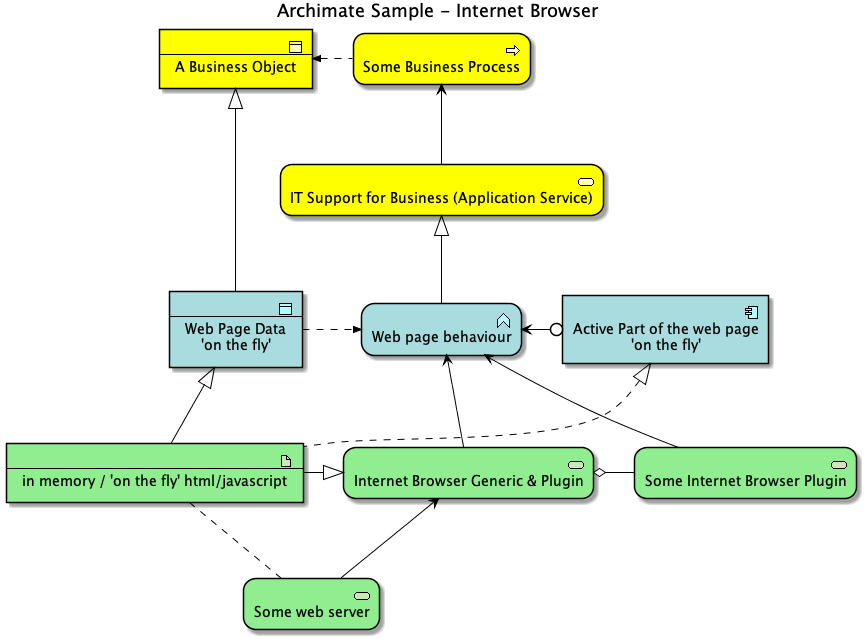
tooh/tooh.github.io keeps this PlantUML diagram as images/0f7f4ebd.png. Above is the earlier version. Source of this version:
```plantuml
@startuml


skinparam defaultTextAlignment center
skinparam wrapWidth 400
skinparam maxMessageSize 150
skinparam StereotypeAlignment right

skinparam Arrow {
    Color #000000
    FontColor #000000
    FontSize 12
}
skinparam Folder<<grouping>> {
    Shadowing true
    StereotypeFontSize 0
    FontColor #444444
    BorderColor #444444
    BorderStyle dashed
}
skinparam Folder<<group>> {
    Shadowing true
    StereotypeFontSize 0
    FontColor #444444
    BackgroundColor lightgrey
}
skinparam rectangle<<boundary>> {
    Shadowing false
    StereotypeFontSize 0
    FontColor #444444
    BorderColor #444444
    BorderStyle dashed
}
skinparam node {
  StereotypeAlignment right
}
skinparam cloud {
  StereotypeAlignment right
}
skinparam frame {
  StereotypeAlignment right
}
skinparam archimate {
  StereotypeAlignment right
  RoundCorner<<strategy-capability>> 25
  RoundCorner<<strategy-course-of-action>> 25
  RoundCorner<<business-process>> 25
  RoundCorner<<business-function>> 25
  RoundCorner<<business-interaction>> 25
  RoundCorner<<business-event>> 25
  RoundCorner<<business-service>> 25
  RoundCorner<<application-function>> 25
  RoundCorner<<application-interaction>> 25
  RoundCorner<<application-process>> 25
  RoundCorner<<application-event>> 25
  RoundCorner<<application-service>> 25
  RoundCorner<<technology-function>> 25
  RoundCorner<<technology-process>> 25
  RoundCorner<<technology-interaction>> 25
  RoundCorner<<technology-event>> 25
  RoundCorner<<technology-infra-service>> 25
  RoundCorner<<implementation-workpackage>> 25
  RoundCorner<<implementation-event>> 25
  DiagonalCorner<<motivation-stakeholder>> 12
  DiagonalCorner<<motivation-driver>> 12
  DiagonalCorner<<motivation-assessment>> 12
  DiagonalCorner<<motivation-goal>> 12
  DiagonalCorner<<motivation-outcome>> 12
  DiagonalCorner<<motivation-principle>> 12
  DiagonalCorner<<motivation-requirement>> 12
  DiagonalCorner<<motivation-constraint>> 12
}
skinparam usecase {
  BorderColor #000000
}


























title Archimate Sample - Internet Browser
archimate #BUSINESS "---\n A Business Object" <<business-object>> as businessObject
archimate #BUSINESS "Some Business Process" <<business-process>> as someBusinessProcess
archimate #BUSINESS "IT Support for Business (Application Service)" <<business-service>> as itSupportService
archimate #APPLICATION "---\n Web Page Data \n 'on the fly'" <<application-data-object>> as dataObject
archimate #APPLICATION "Web page behaviour" <<application-function>> as webpageBehaviour
archimate #APPLICATION "Active Part of the web page \n 'on the fly'" <<application-component>> as ActivePartWebPage
archimate #TECHNOLOGY "---\n in memory / 'on the fly' html/javascript" <<technology-artifact>> as inMemoryItem
archimate #TECHNOLOGY "Internet Browser Generic & Plugin" <<technology-infra-service>> as internetBrowser
archimate #TECHNOLOGY "Some Internet Browser Plugin" <<technology-infra-service>> as internetBrowserPlugin
archimate #TECHNOLOGY "Some web server" <<technology-infra-service>> as webServer
someBusinessProcess .LEFT.>> businessObject : ""
itSupportService -UP-> someBusinessProcess : ""
webpageBehaviour -UP-|> itSupportService : ""
dataObject .RIGHT.>> webpageBehaviour : ""
dataObject -UP-|> businessObject : ""
ActivePartWebPage 0-LEFT-> webpageBehaviour : ""
inMemoryItem -UP-|> dataObject : ""
inMemoryItem .UP.|> ActivePartWebPage : ""
inMemoryItem -RIGHT-|> internetBrowser : ""
internetBrowser -UP-> webpageBehaviour : ""
internetBrowserPlugin -UP-> webpageBehaviour : ""
internetBrowser o-RIGHT- internetBrowserPlugin : ""
webServer .UP. inMemoryItem : ""
webServer -UP-> internetBrowser : ""
@enduml
```
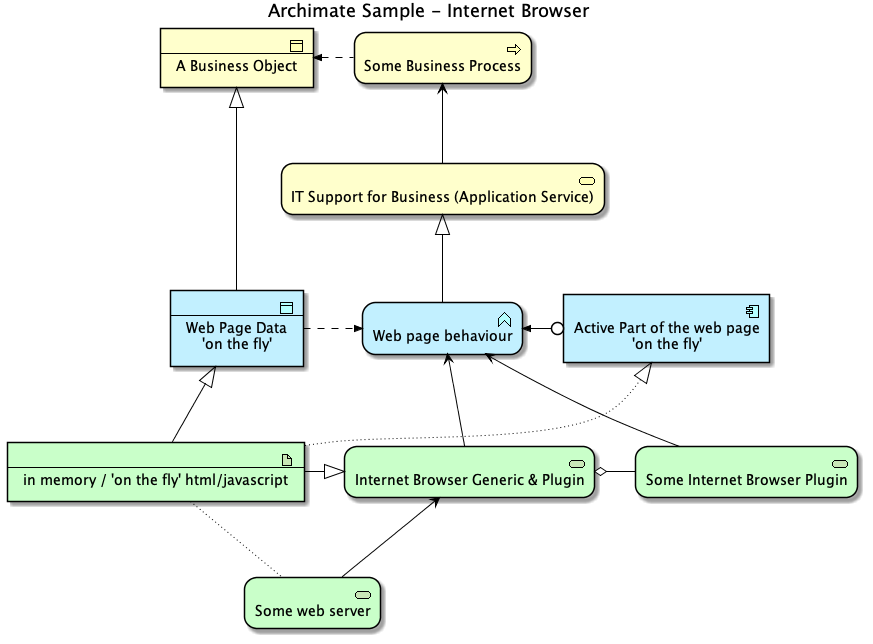
Above is the later version.

What changed in the source:
```diff
@@ -1,127 +1,28 @@
 @startuml
-
-
-skinparam defaultTextAlignment center
-skinparam wrapWidth 400
-skinparam maxMessageSize 150
-skinparam StereotypeAlignment right
-
-skinparam Arrow {
-    Color #000000
-    FontColor #000000
-    FontSize 12
-}
-skinparam Folder<<grouping>> {
-    Shadowing true
-    StereotypeFontSize 0
-    FontColor #444444
-    BorderColor #444444
-    BorderStyle dashed
-}
-skinparam Folder<<group>> {
-    Shadowing true
-    StereotypeFontSize 0
-    FontColor #444444
-    BackgroundColor lightgrey
-}
-skinparam rectangle<<boundary>> {
-    Shadowing false
-    StereotypeFontSize 0
-    FontColor #444444
-    BorderColor #444444
-    BorderStyle dashed
-}
-skinparam node {
-  StereotypeAlignment right
-}
-skinparam cloud {
-  StereotypeAlignment right
-}
-skinparam frame {
-  StereotypeAlignment right
-}
-skinparam archimate {
-  StereotypeAlignment right
-  RoundCorner<<strategy-capability>> 25
-  RoundCorner<<strategy-course-of-action>> 25
-  RoundCorner<<business-process>> 25
-  RoundCorner<<business-function>> 25
-  RoundCorner<<business-interaction>> 25
-  RoundCorner<<business-event>> 25
-  RoundCorner<<business-service>> 25
-  RoundCorner<<application-function>> 25
-  RoundCorner<<application-interaction>> 25
-  RoundCorner<<application-process>> 25
-  RoundCorner<<application-event>> 25
-  RoundCorner<<application-service>> 25
-  RoundCorner<<technology-function>> 25
-  RoundCorner<<technology-process>> 25
-  RoundCorner<<technology-interaction>> 25
-  RoundCorner<<technology-event>> 25
-  RoundCorner<<technology-infra-service>> 25
-  RoundCorner<<implementation-workpackage>> 25
-  RoundCorner<<implementation-event>> 25
-  DiagonalCorner<<motivation-stakeholder>> 12
-  DiagonalCorner<<motivation-driver>> 12
-  DiagonalCorner<<motivation-assessment>> 12
-  DiagonalCorner<<motivation-goal>> 12
-  DiagonalCorner<<motivation-outcome>> 12
-  DiagonalCorner<<motivation-principle>> 12
-  DiagonalCorner<<motivation-requirement>> 12
-  DiagonalCorner<<motivation-constraint>> 12
-}
-skinparam usecase {
-  BorderColor #000000
-}
-
-
-
-
-
-
-
-
-
-
-
-
-
-
-
-
-
-
-
-
-
-
-
-
-
-
+!includeurl https://raw.githubusercontent.com/ebbypeter/Archimate-PlantUML/master/Archimate.puml
 title Archimate Sample - Internet Browser
-archimate #BUSINESS "---\n A Business Object" <<business-object>> as businessObject
-archimate #BUSINESS "Some Business Process" <<business-process>> as someBusinessProcess
-archimate #BUSINESS "IT Support for Business (Application Service)" <<business-service>> as itSupportService
-archimate #APPLICATION "---\n Web Page Data \n 'on the fly'" <<application-data-object>> as dataObject
-archimate #APPLICATION "Web page behaviour" <<application-function>> as webpageBehaviour
-archimate #APPLICATION "Active Part of the web page \n 'on the fly'" <<application-component>> as ActivePartWebPage
-archimate #TECHNOLOGY "---\n in memory / 'on the fly' html/javascript" <<technology-artifact>> as inMemoryItem
-archimate #TECHNOLOGY "Internet Browser Generic & Plugin" <<technology-infra-service>> as internetBrowser
-archimate #TECHNOLOGY "Some Internet Browser Plugin" <<technology-infra-service>> as internetBrowserPlugin
-archimate #TECHNOLOGY "Some web server" <<technology-infra-service>> as webServer
-someBusinessProcess .LEFT.>> businessObject : ""
-itSupportService -UP-> someBusinessProcess : ""
-webpageBehaviour -UP-|> itSupportService : ""
-dataObject .RIGHT.>> webpageBehaviour : ""
-dataObject -UP-|> businessObject : ""
-ActivePartWebPage 0-LEFT-> webpageBehaviour : ""
-inMemoryItem -UP-|> dataObject : ""
-inMemoryItem .UP.|> ActivePartWebPage : ""
-inMemoryItem -RIGHT-|> internetBrowser : ""
-internetBrowser -UP-> webpageBehaviour : ""
-internetBrowserPlugin -UP-> webpageBehaviour : ""
-internetBrowser o-RIGHT- internetBrowserPlugin : ""
-webServer .UP. inMemoryItem : ""
-webServer -UP-> internetBrowser : ""
+Business_Object(businessObject, "A Business Object")
+Business_Process(someBusinessProcess,"Some Business Process")
+Business_Service(itSupportService, "IT Support for Business (Application Service)")
+Application_DataObject(dataObject, "Web Page Data \n 'on the fly'")
+Application_Function(webpageBehaviour, "Web page behaviour")
+Application_Component(ActivePartWebPage, "Active Part of the web page \n 'on the fly'")
+Technology_Artifact(inMemoryItem,"in memory / 'on the fly' html/javascript")
+Technology_Service(internetBrowser, "Internet Browser Generic & Plugin")
+Technology_Service(internetBrowserPlugin, "Some Internet Browser Plugin")
+Technology_Service(webServer, "Some web server")
+Rel_Flow_Left(someBusinessProcess, businessObject, "")
+Rel_Serving_Up(itSupportService, someBusinessProcess, "")
+Rel_Specialization_Up(webpageBehaviour, itSupportService, "")
+Rel_Flow_Right(dataObject, webpageBehaviour, "")
+Rel_Specialization_Up(dataObject, businessObject, "")
+Rel_Assignment_Left(ActivePartWebPage, webpageBehaviour, "")
+Rel_Specialization_Up(inMemoryItem, dataObject, "")
+Rel_Realization_Up(inMemoryItem, ActivePartWebPage, "")
+Rel_Specialization_Right(inMemoryItem,internetBrowser, "")
+Rel_Serving_Up(internetBrowser, webpageBehaviour, "")
+Rel_Serving_Up(internetBrowserPlugin, webpageBehaviour, "")
+Rel_Aggregation_Right(internetBrowser, internetBrowserPlugin, "")
+Rel_Access_Up(webServer, inMemoryItem, "")
+Rel_Serving_Up(webServer, internetBrowser, "")
 @enduml
```
